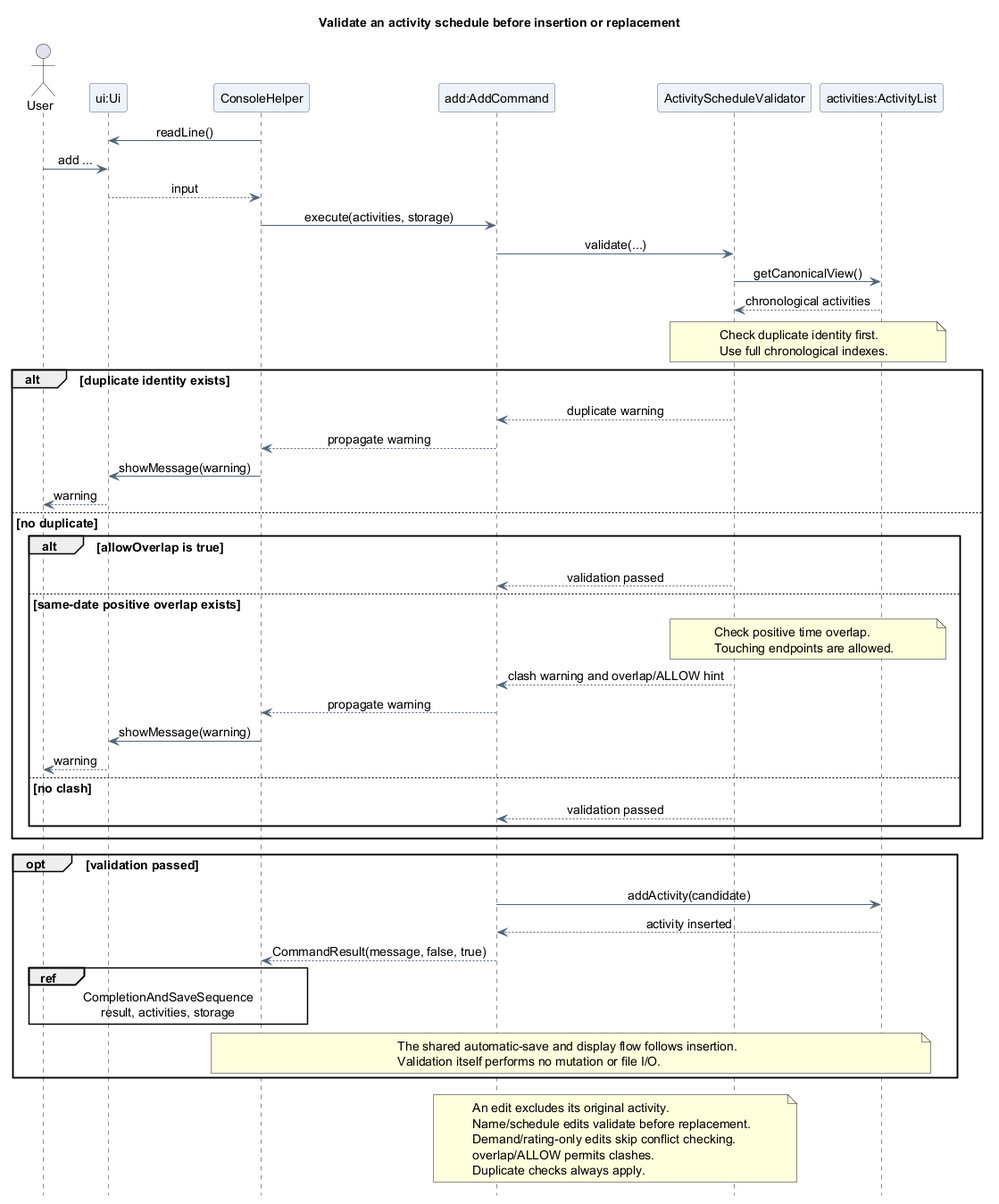
The PlantUML diagram docs/images/atharva/sequence/ActivityScheduleValidationSequence.png in AY2627S1-CS2113-T10-4/tp, before a commit.
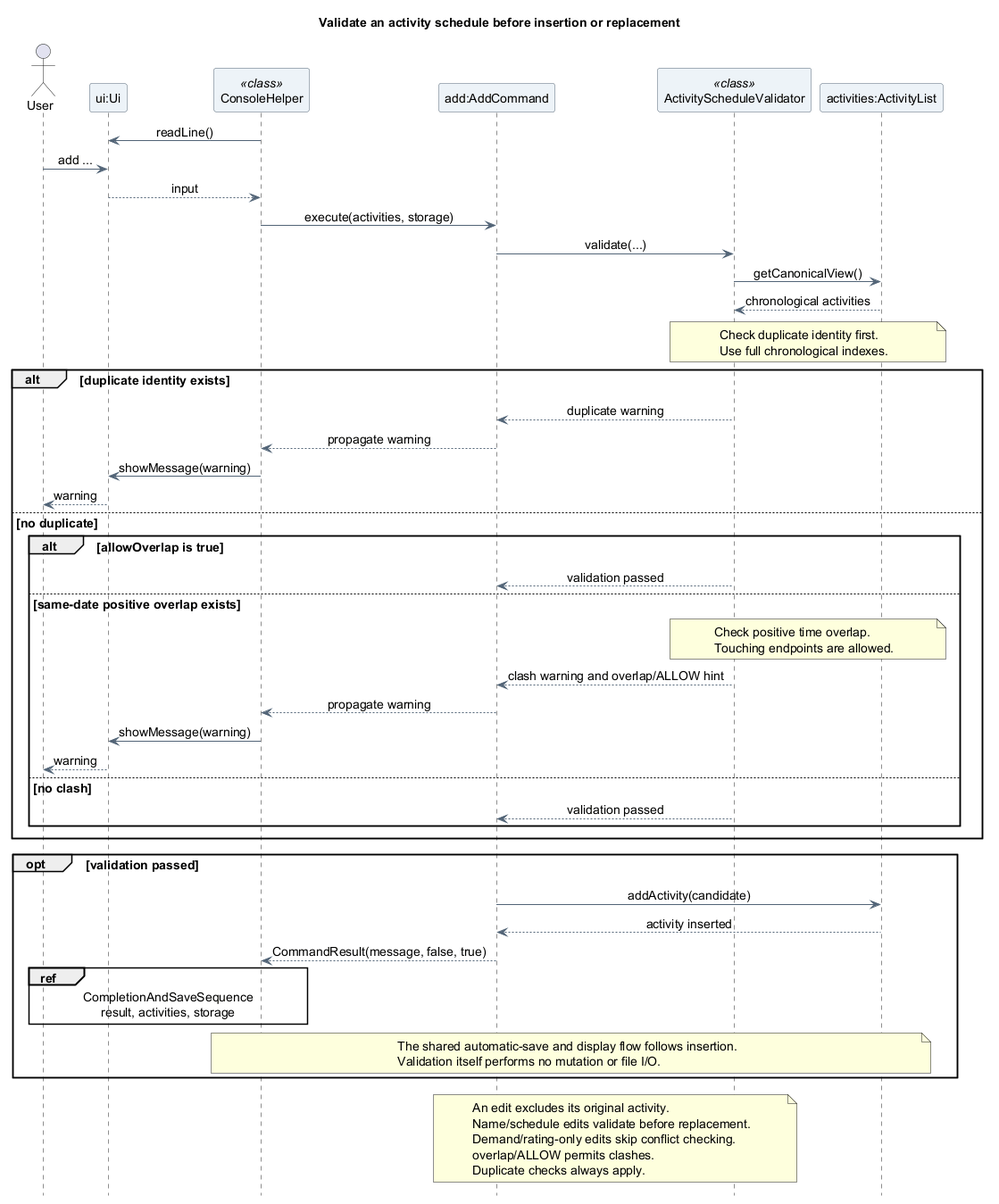
After the commit.

The edit, as a diff of the source:
```diff
@@ -12,9 +12,9 @@
 
 actor "User" as User
 participant "ui:Ui" as UI
-participant ConsoleHelper as Console
+participant "ConsoleHelper" as Console <<class>>
 participant "add:AddCommand" as Add
-participant ActivityScheduleValidator as Validator
+participant "ActivityScheduleValidator" as Validator <<class>>
 participant "activities:ActivityList" as Activities
 
 Console -> UI : readLine()
```
